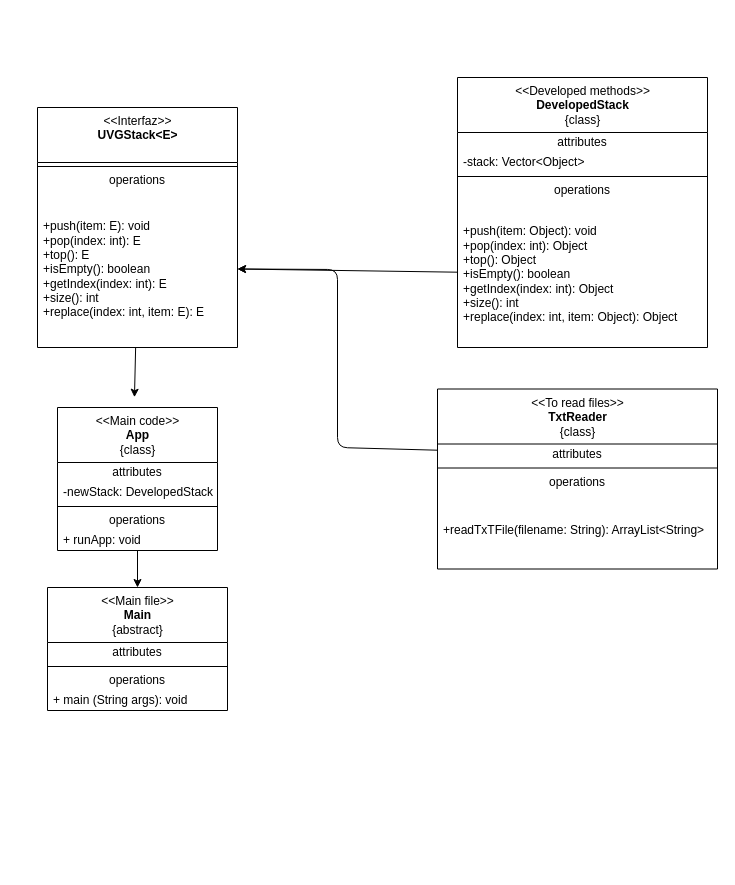
Earlier version of the draw.io diagram src/main/StackUML.drawio (Brariv/HDT4). Source tidied: cells renumbered, new cells numbered last; positions are measured from the earlier drawing's top-left corner, leaving out a move shared by most shapes. Both pictures are drawn from the tidied source at 100%, with x=0, y=0 at pixel (37, 77).
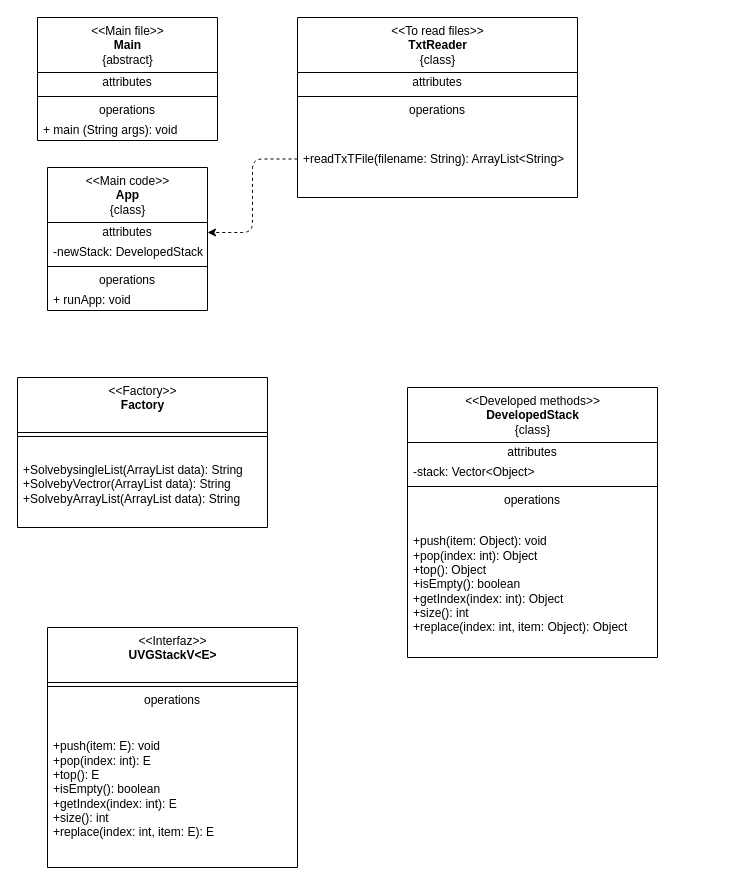
The same page after the edit.

Unchanged cells that the change refers to:
```xml
<mxCell id="11" value="&lt;div&gt;+push(item: Object): void&lt;/div&gt;&lt;div&gt;+pop(index: int): Object&amp;nbsp;&lt;/div&gt;&lt;div&gt;+top(): Object&amp;nbsp;&lt;/div&gt;&lt;div&gt;+isEmpty(): boolean&amp;nbsp;&lt;/div&gt;&lt;div&gt;+getIndex(index: int): Object&amp;nbsp;&lt;/div&gt;&lt;div&gt;+size(): int&amp;nbsp;&lt;/div&gt;&lt;div&gt;+replace(index: int, item: Object): Object&amp;nbsp;&lt;/div&gt;" style="text;html=1;strokeColor=none;fillColor=none;align=left;verticalAlign=middle;spacingLeft=4;spacingRight=4;overflow=hidden;points=[[0,0.5],[1,0.5]];portConstraint=eastwest;" parent="6" vertex="1">
  <mxGeometry y="123" width="250" height="147" as="geometry" />
</mxCell>
<mxCell id="13" value="attributes" style="text;html=1;strokeColor=none;fillColor=none;align=center;verticalAlign=middle;spacingLeft=4;spacingRight=4;overflow=hidden;points=[[0,0.5],[1,0.5]];portConstraint=eastwest;" parent="12" vertex="1">
  <mxGeometry y="55" width="280" height="20" as="geometry" />
</mxCell>
<mxCell id="16" value="+readTxTFile(filename: String): ArrayList&amp;lt;String&amp;gt;&amp;nbsp;&lt;br&gt;" style="text;html=1;strokeColor=none;fillColor=none;align=left;verticalAlign=middle;spacingLeft=4;spacingRight=4;overflow=hidden;points=[[0,0.5],[1,0.5]];portConstraint=eastwest;" parent="12" vertex="1">
  <mxGeometry y="103" width="280" height="77" as="geometry" />
</mxCell>
<mxCell id="18" value="attributes" style="text;html=1;strokeColor=none;fillColor=none;align=center;verticalAlign=middle;spacingLeft=4;spacingRight=4;overflow=hidden;points=[[0,0.5],[1,0.5]];portConstraint=eastwest;" parent="17" vertex="1">
  <mxGeometry y="55" width="160" height="20" as="geometry" />
</mxCell>
<mxCell id="22" value="+ runApp: void" style="text;html=1;strokeColor=none;fillColor=none;align=left;verticalAlign=middle;spacingLeft=4;spacingRight=4;overflow=hidden;points=[[0,0.5],[1,0.5]];portConstraint=eastwest;" parent="17" vertex="1">
  <mxGeometry y="123" width="160" height="20" as="geometry" />
</mxCell>
```

Change to the diagram source:
```diff
@@
-    <mxCell id="2" value="&amp;lt;&amp;lt;Interfaz&amp;gt;&amp;gt;&lt;br&gt;&lt;b&gt;UVGStack&amp;lt;E&amp;gt;&lt;br&gt;&lt;/b&gt;" style="swimlane;fontStyle=0;align=center;verticalAlign=top;horizontal=1;startSize=55;html=1;" parent="1" vertex="1">
-      <mxGeometry y="30" width="200" height="240" as="geometry" />
-    </mxCell>
-    <mxCell id="3" style="line;strokeWidth=1;fillColor=none;align=left;verticalAlign=middle;spacingTop=-1;spacingLeft=3;spacingRight=3;labelPosition=right;" parent="2" vertex="1">
-      <mxGeometry y="55" width="200" height="8" as="geometry" />
-    </mxCell>
-    <mxCell id="4" value="operations" style="text;html=1;strokeColor=none;fillColor=none;align=center;verticalAlign=middle;spacingLeft=4;spacingRight=4;overflow=hidden;" parent="2" vertex="1">
-      <mxGeometry y="63" width="200" height="20" as="geometry" />
-    </mxCell>
-    <mxCell id="5" value="&lt;div&gt;+push(item: E): void&amp;nbsp; &amp;nbsp; &amp;nbsp; &amp;nbsp; &amp;nbsp; &amp;nbsp; &amp;nbsp;&lt;/div&gt;&lt;div&gt;&lt;span style=&quot;background-color: initial;&quot;&gt;+pop(index: int): E&amp;nbsp; &amp;nbsp; &amp;nbsp; &amp;nbsp; &amp;nbsp; &amp;nbsp; &amp;nbsp;&amp;nbsp;&lt;/span&gt;&lt;/div&gt;&lt;div&gt;+top(): E&amp;nbsp; &amp;nbsp; &amp;nbsp; &amp;nbsp; &amp;nbsp; &amp;nbsp; &amp;nbsp; &amp;nbsp; &amp;nbsp; &amp;nbsp; &amp;nbsp; &amp;nbsp;&amp;nbsp;&lt;/div&gt;&lt;div&gt;+isEmpty(): boolean&amp;nbsp; &amp;nbsp; &amp;nbsp; &amp;nbsp; &amp;nbsp; &amp;nbsp; &amp;nbsp;&amp;nbsp;&lt;/div&gt;&lt;div&gt;+getIndex(index: int): E&amp;nbsp; &amp;nbsp; &amp;nbsp; &amp;nbsp; &amp;nbsp;&lt;/div&gt;&lt;div&gt;+size(): int&amp;nbsp; &amp;nbsp; &amp;nbsp; &amp;nbsp; &amp;nbsp; &amp;nbsp; &amp;nbsp; &amp;nbsp; &amp;nbsp; &amp;nbsp; &amp;nbsp;&lt;/div&gt;&lt;div&gt;+replace(index: int, item: E): E&lt;/div&gt;" style="text;html=1;strokeColor=none;fillColor=none;align=left;verticalAlign=middle;spacingLeft=4;spacingRight=4;overflow=hidden;points=[[0,0.5],[1,0.5]];portConstraint=eastwest;" parent="2" vertex="1">
-      <mxGeometry y="83" width="200" height="157" as="geometry" />
-    </mxCell>
     <mxCell id="6" value="&amp;lt;&amp;lt;Developed methods&amp;gt;&amp;gt;&lt;br&gt;&lt;b&gt;DevelopedStack&lt;/b&gt;&lt;br&gt;{class}" style="swimlane;fontStyle=0;align=center;verticalAlign=top;horizontal=1;startSize=55;html=1;" parent="1" vertex="1">
-      <mxGeometry x="420" width="250" height="270" as="geometry" />
+      <mxGeometry x="370" y="310" width="250" height="270" as="geometry" />
     </mxCell>
@@
     <mxCell id="12" value="&amp;lt;&amp;lt;To read files&amp;gt;&amp;gt;&lt;br&gt;&lt;b&gt;TxtReader&lt;/b&gt;&lt;br&gt;{class}" style="swimlane;fontStyle=0;align=center;verticalAlign=top;horizontal=1;startSize=55;html=1;" parent="1" vertex="1">
-      <mxGeometry x="400" y="311.5" width="280" height="180" as="geometry" />
+      <mxGeometry x="260" y="-60" width="280" height="180" as="geometry" />
     </mxCell>
@@
     <mxCell id="17" value="&amp;lt;&amp;lt;Main code&amp;gt;&amp;gt;&lt;br&gt;&lt;b&gt;App&lt;/b&gt;&lt;br&gt;{class}" style="swimlane;fontStyle=0;align=center;verticalAlign=top;horizontal=1;startSize=55;html=1;" parent="1" vertex="1">
-      <mxGeometry x="20" y="330" width="160" height="143" as="geometry" />
+      <mxGeometry x="10" y="90" width="160" height="143" as="geometry" />
     </mxCell>
@@
     <mxCell id="23" value="&amp;lt;&amp;lt;Main file&amp;gt;&amp;gt;&lt;br&gt;&lt;b&gt;Main&lt;/b&gt;&lt;br&gt;{abstract}" style="swimlane;fontStyle=0;align=center;verticalAlign=top;horizontal=1;startSize=55;html=1;" parent="1" vertex="1">
-      <mxGeometry x="10" y="510" width="180" height="123" as="geometry" />
+      <mxGeometry y="-60" width="180" height="123" as="geometry" />
     </mxCell>
@@
-    <mxCell id="28" style="edgeStyle=none;html=1;entryX=0.5;entryY=0;entryDx=0;entryDy=0;" parent="1" edge="1" source="22" target="23">
-      <mxGeometry relative="1" as="geometry" />
-    </mxCell>
-    <mxCell id="29" style="edgeStyle=none;html=1;entryX=0.481;entryY=-0.072;entryDx=0;entryDy=0;entryPerimeter=0;" parent="1" edge="1" source="5" target="17">
-      <mxGeometry relative="1" as="geometry" />
-    </mxCell>
-    <mxCell id="30" style="edgeStyle=none;html=1;entryX=1;entryY=0.5;entryDx=0;entryDy=0;" parent="1" edge="1" source="13" target="5">
-      <mxGeometry relative="1" as="geometry">
-        <Array as="points">
-          <mxPoint x="300" y="370" />
-          <mxPoint x="300" y="192" />
-        </Array>
-      </mxGeometry>
-    </mxCell>
-    <mxCell id="31" style="edgeStyle=none;html=1;entryX=1;entryY=0.5;entryDx=0;entryDy=0;" parent="1" edge="1" source="11" target="5">
-      <mxGeometry relative="1" as="geometry" />
-    </mxCell>
+    <mxCell id="32" style="edgeStyle=orthogonalEdgeStyle;html=1;exitX=0;exitY=0.5;exitDx=0;exitDy=0;entryX=1;entryY=0.5;entryDx=0;entryDy=0;dashed=1;" parent="1" edge="1" source="16" target="18">
+      <mxGeometry relative="1" as="geometry" />
+    </mxCell>
+    <mxCell id="33" value="&amp;lt;&amp;lt;Factory&amp;gt;&amp;gt;&lt;br&gt;&lt;b&gt;Factory&lt;br&gt;&lt;/b&gt;" style="swimlane;fontStyle=0;align=center;verticalAlign=top;horizontal=1;startSize=55;html=1;" parent="1" vertex="1">
+      <mxGeometry x="-20" y="300" width="250" height="150" as="geometry" />
+    </mxCell>
+    <mxCell id="34" style="line;strokeWidth=1;fillColor=none;align=left;verticalAlign=middle;spacingTop=-1;spacingLeft=3;spacingRight=3;labelPosition=right;" parent="33" vertex="1">
+      <mxGeometry y="55" width="250" height="8" as="geometry" />
+    </mxCell>
+    <mxCell id="35" value="&lt;div&gt;+SolvebysingleList(ArrayList data): String&lt;/div&gt;&lt;div&gt;+SolvebyVectror(ArrayList data): String&lt;br&gt;&lt;/div&gt;&lt;div&gt;+SolvebyArrayList(ArrayList data): String&lt;br&gt;&lt;/div&gt;" style="text;html=1;strokeColor=none;fillColor=none;align=left;verticalAlign=middle;spacingLeft=4;spacingRight=4;overflow=hidden;" parent="33" vertex="1">
+      <mxGeometry y="63" width="250" height="87" as="geometry" />
+    </mxCell>
+    <mxCell id="2" value="&amp;lt;&amp;lt;Interfaz&amp;gt;&amp;gt;&lt;br&gt;&lt;b&gt;UVGStackV&amp;lt;E&amp;gt;&lt;br&gt;&lt;/b&gt;" style="swimlane;fontStyle=0;align=center;verticalAlign=top;horizontal=1;startSize=55;html=1;" parent="1" vertex="1">
+      <mxGeometry x="10" y="550" width="250" height="240" as="geometry" />
+    </mxCell>
+    <mxCell id="3" style="line;strokeWidth=1;fillColor=none;align=left;verticalAlign=middle;spacingTop=-1;spacingLeft=3;spacingRight=3;labelPosition=right;" parent="2" vertex="1">
+      <mxGeometry y="55" width="250" height="8" as="geometry" />
+    </mxCell>
+    <mxCell id="4" value="operations" style="text;html=1;strokeColor=none;fillColor=none;align=center;verticalAlign=middle;spacingLeft=4;spacingRight=4;overflow=hidden;" parent="2" vertex="1">
+      <mxGeometry y="63" width="250" height="20" as="geometry" />
+    </mxCell>
+    <mxCell id="5" value="&lt;div&gt;+push(item: E): void&amp;nbsp; &amp;nbsp; &amp;nbsp; &amp;nbsp; &amp;nbsp; &amp;nbsp; &amp;nbsp;&lt;/div&gt;&lt;div&gt;&lt;span style=&quot;background-color: initial;&quot;&gt;+pop(index: int): E&amp;nbsp; &amp;nbsp; &amp;nbsp; &amp;nbsp; &amp;nbsp; &amp;nbsp; &amp;nbsp;&amp;nbsp;&lt;/span&gt;&lt;/div&gt;&lt;div&gt;+top(): E&amp;nbsp; &amp;nbsp; &amp;nbsp; &amp;nbsp; &amp;nbsp; &amp;nbsp; &amp;nbsp; &amp;nbsp; &amp;nbsp; &amp;nbsp; &amp;nbsp; &amp;nbsp;&amp;nbsp;&lt;/div&gt;&lt;div&gt;+isEmpty(): boolean&amp;nbsp; &amp;nbsp; &amp;nbsp; &amp;nbsp; &amp;nbsp; &amp;nbsp; &amp;nbsp;&amp;nbsp;&lt;/div&gt;&lt;div&gt;+getIndex(index: int): E&amp;nbsp; &amp;nbsp; &amp;nbsp; &amp;nbsp; &amp;nbsp;&lt;/div&gt;&lt;div&gt;+size(): int&amp;nbsp; &amp;nbsp; &amp;nbsp; &amp;nbsp; &amp;nbsp; &amp;nbsp; &amp;nbsp; &amp;nbsp; &amp;nbsp; &amp;nbsp; &amp;nbsp;&lt;/div&gt;&lt;div&gt;+replace(index: int, item: E): E&lt;/div&gt;" style="text;html=1;strokeColor=none;fillColor=none;align=left;verticalAlign=middle;spacingLeft=4;spacingRight=4;overflow=hidden;points=[[0,0.5],[1,0.5]];portConstraint=eastwest;" parent="2" vertex="1">
+      <mxGeometry y="83" width="250" height="157" as="geometry" />
+    </mxCell>
```
